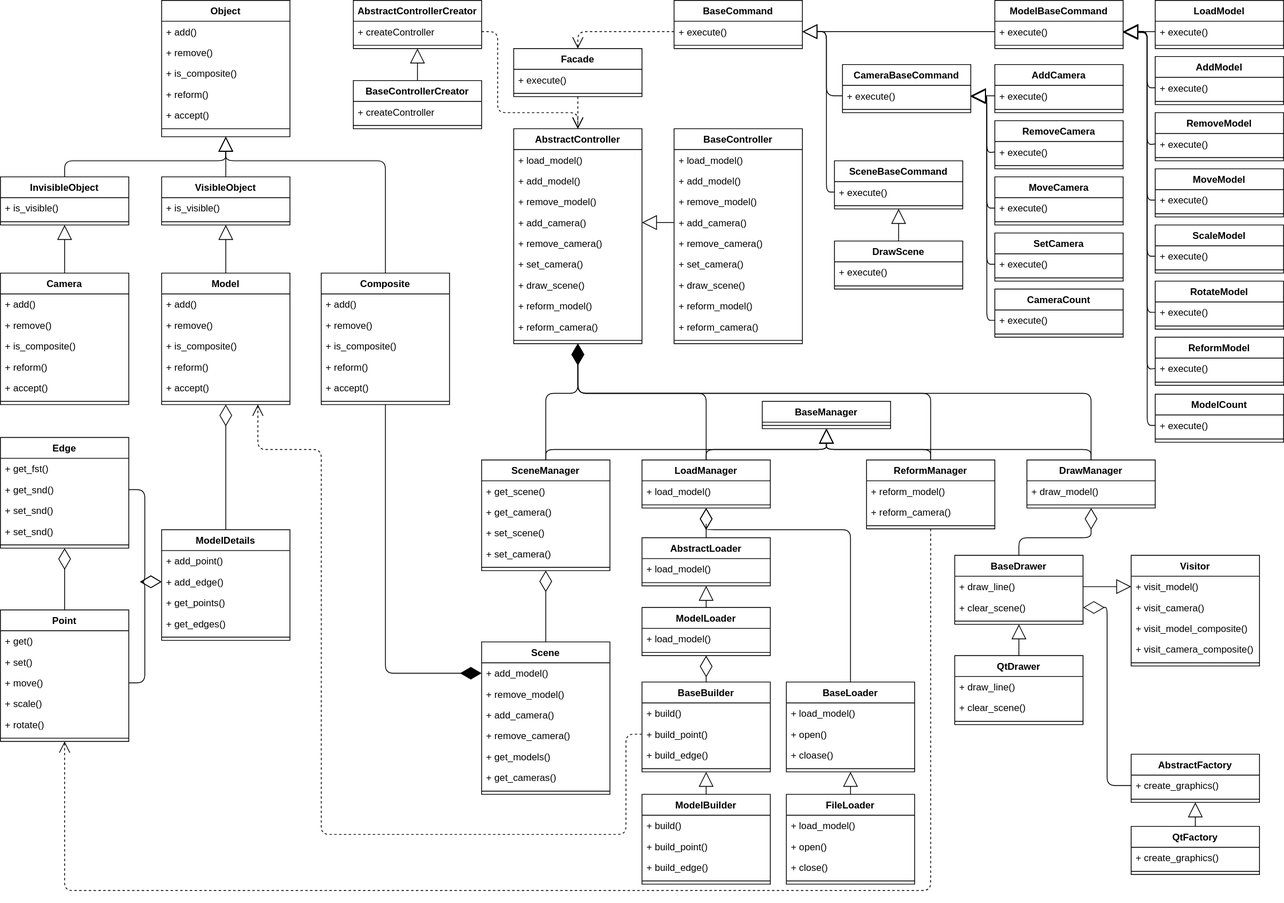
Earlier version of the draw.io export lab_03/uml.svg (migregal/bmstu-iu7-oop). Source tidied: cells renumbered, new cells last; positions are measured from the earlier drawing's top-left corner, leaving out a move shared by most shapes.
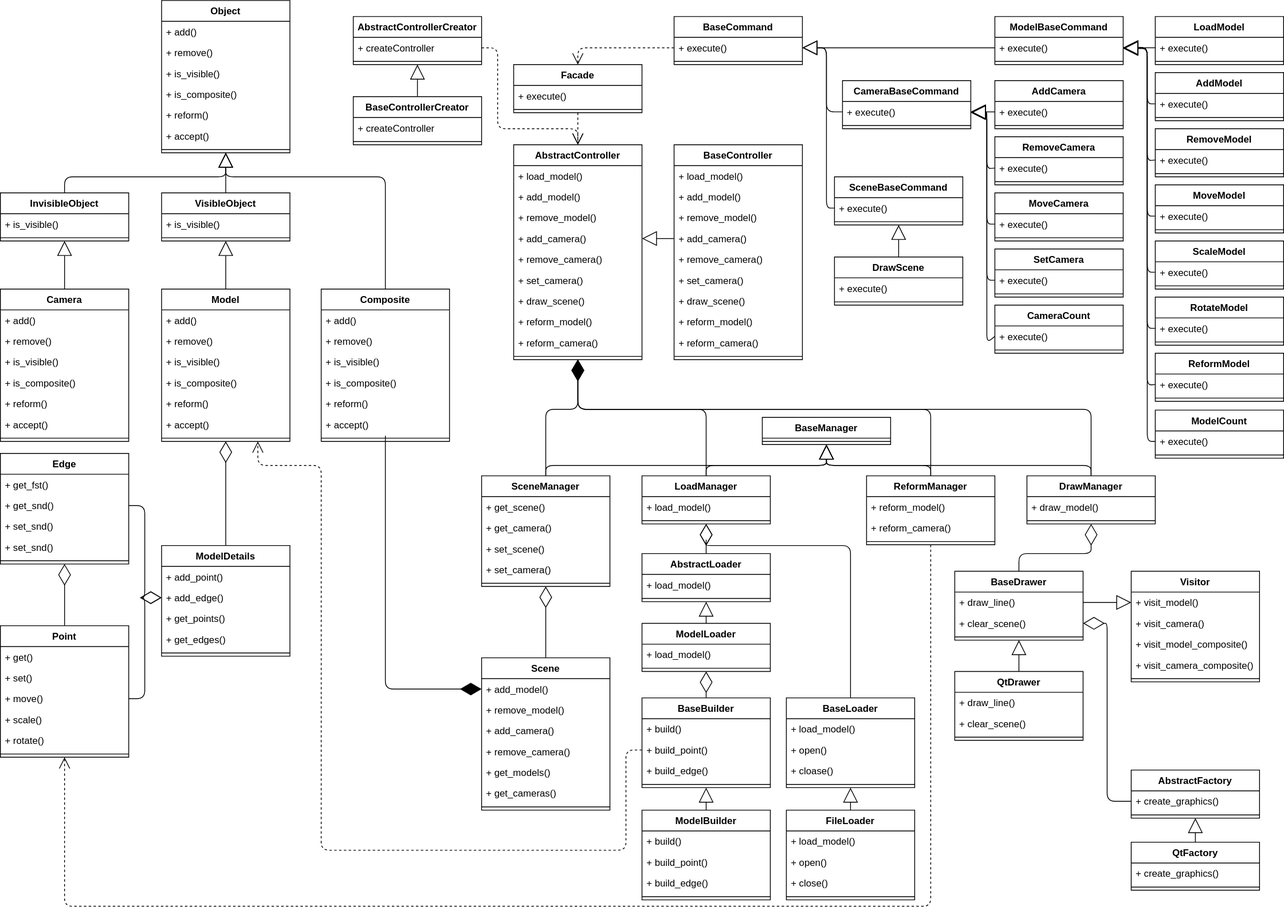
Later version of the same file.

Diff of the diagram source:
```diff
@@ -3,7 +3,7 @@
     <mxCell id="0" />
     <mxCell id="1" parent="0" />
     <mxCell id="2" value="Object" style="swimlane;fontStyle=1;align=center;verticalAlign=top;horizontal=1;startSize=26;rounded=0;shadow=0;strokeWidth=1;" parent="1" vertex="1">
-      <mxGeometry x="201" width="160" height="170" as="geometry" />
+      <mxGeometry x="201" y="-20" width="160" height="190" as="geometry" />
     </mxCell>
     <mxCell id="3" value="+ add()" style="text;align=left;verticalAlign=top;spacingLeft=4;spacingRight=4;overflow=hidden;" parent="2" vertex="1">
       <mxGeometry y="26" width="160" height="26" as="geometry" />
@@ -11,17 +11,20 @@
     <mxCell id="4" value="+ remove()" style="text;align=left;verticalAlign=top;spacingLeft=4;spacingRight=4;overflow=hidden;rounded=0;shadow=0;html=0;" parent="2" vertex="1">
       <mxGeometry y="52" width="160" height="26" as="geometry" />
     </mxCell>
+    <mxCell id="266" value="+ is_visible()" style="text;align=left;verticalAlign=top;spacingLeft=4;spacingRight=4;overflow=hidden;rounded=0;shadow=0;html=0;" parent="2" vertex="1">
+      <mxGeometry y="78" width="160" height="26" as="geometry" />
+    </mxCell>
     <mxCell id="5" value="+ is_composite()" style="text;align=left;verticalAlign=top;spacingLeft=4;spacingRight=4;overflow=hidden;rounded=0;shadow=0;html=0;" parent="2" vertex="1">
-      <mxGeometry y="78" width="160" height="26" as="geometry" />
+      <mxGeometry y="104" width="160" height="26" as="geometry" />
     </mxCell>
     <mxCell id="6" value="+ reform()" style="text;strokeColor=none;fillColor=none;align=left;verticalAlign=top;spacingLeft=4;spacingRight=4;overflow=hidden;" parent="2" vertex="1">
-      <mxGeometry y="104" width="160" height="26" as="geometry" />
+      <mxGeometry y="130" width="160" height="26" as="geometry" />
     </mxCell>
     <mxCell id="7" value="+ accept()" style="text;align=left;verticalAlign=top;spacingLeft=4;spacingRight=4;overflow=hidden;rounded=0;shadow=0;html=0;" parent="2" vertex="1">
-      <mxGeometry y="130" width="160" height="26" as="geometry" />
+      <mxGeometry y="156" width="160" height="26" as="geometry" />
     </mxCell>
     <mxCell id="8" style="line;html=1;strokeWidth=1;align=left;verticalAlign=middle;spacingTop=-1;spacingLeft=3;spacingRight=3;labelPosition=right;" parent="2" vertex="1">
-      <mxGeometry y="156" width="160" height="8" as="geometry" />
+      <mxGeometry y="182" width="160" height="8" as="geometry" />
     </mxCell>
     <mxCell id="9" value="InvisibleObject" style="swimlane;fontStyle=1;align=center;verticalAlign=top;horizontal=1;startSize=26;" parent="1" vertex="1">
       <mxGeometry y="220" width="160" height="60" as="geometry" />
@@ -53,7 +56,7 @@
       <mxGeometry relative="1" as="geometry" />
     </mxCell>
     <mxCell id="17" value="Camera" style="swimlane;fontStyle=1;align=center;verticalAlign=top;horizontal=1;startSize=26;" parent="1" vertex="1">
-      <mxGeometry y="340" width="160" height="164" as="geometry" />
+      <mxGeometry y="340" width="160" height="190" as="geometry" />
     </mxCell>
     <mxCell id="18" value="+ add()" style="text;strokeColor=none;fillColor=none;align=left;verticalAlign=top;spacingLeft=4;spacingRight=4;overflow=hidden;" parent="17" vertex="1">
       <mxGeometry y="26" width="160" height="26" as="geometry" />
@@ -61,23 +64,26 @@
     <mxCell id="19" value="+ remove()" style="text;strokeColor=none;fillColor=none;align=left;verticalAlign=top;spacingLeft=4;spacingRight=4;overflow=hidden;" parent="17" vertex="1">
       <mxGeometry y="52" width="160" height="26" as="geometry" />
     </mxCell>
+    <mxCell id="267" value="+ is_visible()" style="text;strokeColor=none;fillColor=none;align=left;verticalAlign=top;spacingLeft=4;spacingRight=4;overflow=hidden;" parent="17" vertex="1">
+      <mxGeometry y="78" width="160" height="26" as="geometry" />
+    </mxCell>
     <mxCell id="20" value="+ is_composite()" style="text;strokeColor=none;fillColor=none;align=left;verticalAlign=top;spacingLeft=4;spacingRight=4;overflow=hidden;" parent="17" vertex="1">
-      <mxGeometry y="78" width="160" height="26" as="geometry" />
+      <mxGeometry y="104" width="160" height="26" as="geometry" />
     </mxCell>
     <mxCell id="21" value="+ reform()" style="text;strokeColor=none;fillColor=none;align=left;verticalAlign=top;spacingLeft=4;spacingRight=4;overflow=hidden;" parent="17" vertex="1">
-      <mxGeometry y="104" width="160" height="26" as="geometry" />
+      <mxGeometry y="130" width="160" height="26" as="geometry" />
     </mxCell>
     <mxCell id="22" value="+ accept()" style="text;strokeColor=none;fillColor=none;align=left;verticalAlign=top;spacingLeft=4;spacingRight=4;overflow=hidden;" parent="17" vertex="1">
-      <mxGeometry y="130" width="160" height="26" as="geometry" />
+      <mxGeometry y="156" width="160" height="26" as="geometry" />
     </mxCell>
     <mxCell id="23" style="line;strokeWidth=1;fillColor=none;align=left;verticalAlign=middle;spacingTop=-1;spacingLeft=3;spacingRight=3;labelPosition=right;" parent="17" vertex="1">
-      <mxGeometry y="156" width="160" height="8" as="geometry" />
+      <mxGeometry y="182" width="160" height="8" as="geometry" />
     </mxCell>
     <mxCell id="24" value="Extends" style="endArrow=block;endSize=16;endFill=0;html=1;entryX=0.5;entryY=1;entryDx=0;entryDy=0;exitX=0.5;exitY=0;exitDx=0;exitDy=0;noLabel=1;fontColor=none;" parent="1" edge="1" source="17" target="9">
       <mxGeometry relative="1" as="geometry" />
     </mxCell>
     <mxCell id="25" value="Model" style="swimlane;fontStyle=1;align=center;verticalAlign=top;horizontal=1;startSize=26;fontColor=none;" parent="1" vertex="1">
-      <mxGeometry x="201" y="340" width="160" height="164" as="geometry" />
+      <mxGeometry x="201" y="340" width="160" height="190" as="geometry" />
     </mxCell>
     <mxCell id="26" value="+ add()" style="text;strokeColor=none;fillColor=none;align=left;verticalAlign=top;spacingLeft=4;spacingRight=4;overflow=hidden;" parent="25" vertex="1">
       <mxGeometry y="26" width="160" height="26" as="geometry" />
@@ -85,23 +91,26 @@
     <mxCell id="27" value="+ remove()" style="text;strokeColor=none;fillColor=none;align=left;verticalAlign=top;spacingLeft=4;spacingRight=4;overflow=hidden;" parent="25" vertex="1">
       <mxGeometry y="52" width="160" height="26" as="geometry" />
     </mxCell>
+    <mxCell id="268" value="+ is_visible()" style="text;strokeColor=none;fillColor=none;align=left;verticalAlign=top;spacingLeft=4;spacingRight=4;overflow=hidden;" parent="25" vertex="1">
+      <mxGeometry y="78" width="160" height="26" as="geometry" />
+    </mxCell>
     <mxCell id="28" value="+ is_composite()" style="text;strokeColor=none;fillColor=none;align=left;verticalAlign=top;spacingLeft=4;spacingRight=4;overflow=hidden;" parent="25" vertex="1">
-      <mxGeometry y="78" width="160" height="26" as="geometry" />
+      <mxGeometry y="104" width="160" height="26" as="geometry" />
     </mxCell>
     <mxCell id="29" value="+ reform()" style="text;strokeColor=none;fillColor=none;align=left;verticalAlign=top;spacingLeft=4;spacingRight=4;overflow=hidden;" parent="25" vertex="1">
-      <mxGeometry y="104" width="160" height="26" as="geometry" />
+      <mxGeometry y="130" width="160" height="26" as="geometry" />
     </mxCell>
     <mxCell id="30" value="+ accept()" style="text;strokeColor=none;fillColor=none;align=left;verticalAlign=top;spacingLeft=4;spacingRight=4;overflow=hidden;" parent="25" vertex="1">
-      <mxGeometry y="130" width="160" height="26" as="geometry" />
+      <mxGeometry y="156" width="160" height="26" as="geometry" />
     </mxCell>
     <mxCell id="31" style="line;strokeWidth=1;fillColor=none;align=left;verticalAlign=middle;spacingTop=-1;spacingLeft=3;spacingRight=3;labelPosition=right;" parent="25" vertex="1">
-      <mxGeometry y="156" width="160" height="8" as="geometry" />
+      <mxGeometry y="182" width="160" height="8" as="geometry" />
     </mxCell>
     <mxCell id="32" value="Extends" style="endArrow=block;endSize=16;endFill=0;html=1;exitX=0.5;exitY=0;exitDx=0;exitDy=0;entryX=0.5;entryY=1;entryDx=0;entryDy=0;noLabel=1;fontColor=none;" parent="1" edge="1" source="25" target="12">
       <mxGeometry relative="1" as="geometry" />
     </mxCell>
     <mxCell id="33" value="Composite" style="swimlane;fontStyle=1;align=center;verticalAlign=top;horizontal=1;startSize=26;fontColor=none;" parent="1" vertex="1">
-      <mxGeometry x="400" y="340" width="160" height="164" as="geometry" />
+      <mxGeometry x="400" y="340" width="160" height="190" as="geometry" />
     </mxCell>
     <mxCell id="34" value="+ add()" style="text;strokeColor=none;fillColor=none;align=left;verticalAlign=top;spacingLeft=4;spacingRight=4;overflow=hidden;" parent="33" vertex="1">
       <mxGeometry y="26" width="160" height="26" as="geometry" />
@@ -109,17 +118,20 @@
     <mxCell id="35" value="+ remove()" style="text;strokeColor=none;fillColor=none;align=left;verticalAlign=top;spacingLeft=4;spacingRight=4;overflow=hidden;" parent="33" vertex="1">
       <mxGeometry y="52" width="160" height="26" as="geometry" />
     </mxCell>
+    <mxCell id="269" value="+ is_visible()" style="text;strokeColor=none;fillColor=none;align=left;verticalAlign=top;spacingLeft=4;spacingRight=4;overflow=hidden;" parent="33" vertex="1">
+      <mxGeometry y="78" width="160" height="26" as="geometry" />
+    </mxCell>
     <mxCell id="36" value="+ is_composite()" style="text;strokeColor=none;fillColor=none;align=left;verticalAlign=top;spacingLeft=4;spacingRight=4;overflow=hidden;" parent="33" vertex="1">
-      <mxGeometry y="78" width="160" height="26" as="geometry" />
+      <mxGeometry y="104" width="160" height="26" as="geometry" />
     </mxCell>
     <mxCell id="37" value="+ reform()" style="text;strokeColor=none;fillColor=none;align=left;verticalAlign=top;spacingLeft=4;spacingRight=4;overflow=hidden;" parent="33" vertex="1">
-      <mxGeometry y="104" width="160" height="26" as="geometry" />
+      <mxGeometry y="130" width="160" height="26" as="geometry" />
     </mxCell>
     <mxCell id="38" value="+ accept()" style="text;strokeColor=none;fillColor=none;align=left;verticalAlign=top;spacingLeft=4;spacingRight=4;overflow=hidden;" parent="33" vertex="1">
-      <mxGeometry y="130" width="160" height="26" as="geometry" />
+      <mxGeometry y="156" width="160" height="26" as="geometry" />
     </mxCell>
     <mxCell id="39" style="line;strokeWidth=1;fillColor=none;align=left;verticalAlign=middle;spacingTop=-1;spacingLeft=3;spacingRight=3;labelPosition=right;" parent="33" vertex="1">
-      <mxGeometry y="156" width="160" height="8" as="geometry" />
+      <mxGeometry y="182" width="160" height="8" as="geometry" />
     </mxCell>
     <mxCell id="40" value="Extends" style="endArrow=block;endSize=16;endFill=0;html=1;exitX=0.5;exitY=0;exitDx=0;exitDy=0;entryX=0.5;entryY=1;entryDx=0;entryDy=0;noLabel=1;fontColor=none;" parent="1" edge="1" source="33" target="2">
       <mxGeometry relative="1" as="geometry">
@@ -966,7 +978,7 @@
     <mxCell id="265" value="Extends" style="endArrow=block;endSize=16;endFill=0;html=1;exitX=0;exitY=0.5;exitDx=0;exitDy=0;entryX=1;entryY=0.5;entryDx=0;entryDy=0;noLabel=1;fontColor=none;" parent="1" edge="1" source="263" target="174">
       <mxGeometry relative="1" as="geometry">
         <Array as="points">
-          <mxPoint x="1230" y="399" />
+          <mxPoint x="1230" y="407" />
           <mxPoint x="1230" y="119" />
         </Array>
       </mxGeometry>
```
